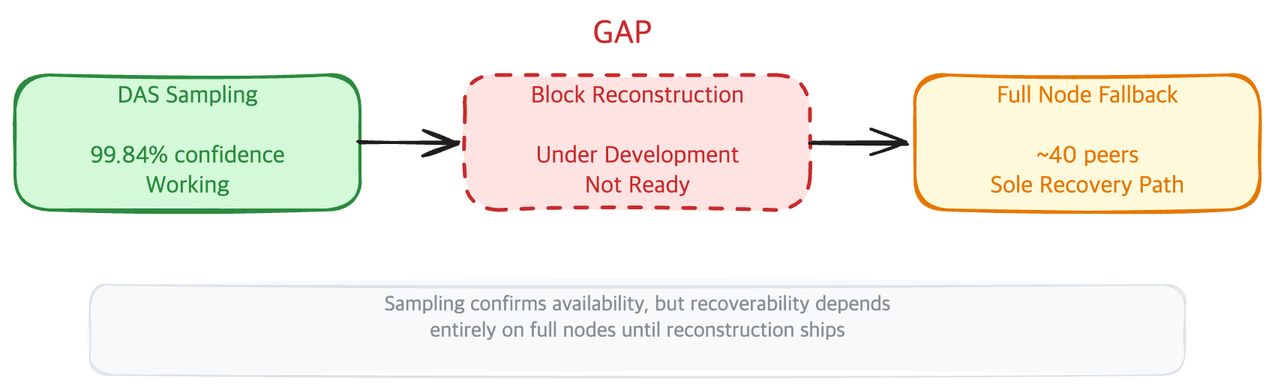
jyo-o/bonda-docs keeps this Excalidraw diagram as avail/assets/avl-p02-das-gap.png. Above is the earlier version. Source tidied: one line per element, renumbered; positions are measured from the earlier drawing's top-left corner, leaving out a move shared by most shapes.
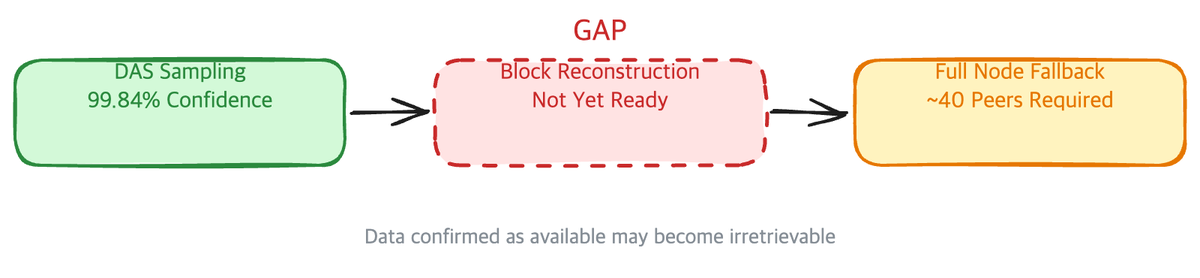
After the commit.

Change to the diagram source:
```diff
@@ -1,11 +1,10 @@
-{"id": 0, "type": "rectangle", "strokeColor": "#2b8a3e", "backgroundColor": "#d3f9d8", "fillStyle": "solid", "strokeWidth": 2, "roughness": 1, "round": true, "x": 0, "y": 40, "width": 230, "height": 90}
-{"id": 1, "type": "text", "text": "DAS Sampling\n\n99.84% confidence\nWorking", "strokeColor": "#2b8a3e", "strokeWidth": 2, "roughness": 1, "fontSize": 16, "fontFamily": 4, "textAlign": "center", "verticalAlign": "middle", "inside": 0, "x": 10, "y": 45, "width": 210, "height": 80}
-{"id": 2, "type": "rectangle", "strokeColor": "#c92a2a", "backgroundColor": "#ffe3e3", "fillStyle": "solid", "strokeWidth": 2, "strokeStyle": "dashed", "roughness": 1, "round": true, "x": 300, "y": 40, "width": 230, "height": 90}
-{"id": 3, "type": "text", "text": "Block Reconstruction\n\nUnder Development\nNot Ready", "strokeColor": "#c92a2a", "strokeWidth": 2, "roughness": 1, "fontSize": 16, "fontFamily": 4, "textAlign": "center", "verticalAlign": "middle", "inside": 2, "x": 310, "y": 45, "width": 210, "height": 80}
-{"id": 4, "type": "rectangle", "strokeColor": "#e67700", "backgroundColor": "#fff9db", "fillStyle": "solid", "strokeWidth": 2, "roughness": 1, "round": true, "x": 600, "y": 40, "width": 230, "height": 90}
-{"id": 5, "type": "text", "text": "Full Node Fallback\n\n~40 peers\nSole Recovery Path", "strokeColor": "#e67700", "strokeWidth": 2, "roughness": 1, "fontSize": 16, "fontFamily": 4, "textAlign": "center", "verticalAlign": "middle", "inside": 4, "x": 610, "y": 45, "width": 210, "height": 80}
-{"id": 6, "type": "arrow", "strokeColor": "#1e1e1e", "strokeWidth": 2, "roughness": 1, "endArrowhead": "arrow", "round": true, "from": 0, "to": 2, "x": 230, "y": 85, "width": 65, "height": 0, "points": [[0, 0], [65, 0]]}
-{"id": 7, "type": "arrow", "strokeColor": "#1e1e1e", "strokeWidth": 2, "roughness": 1, "endArrowhead": "arrow", "round": true, "from": 2, "to": 4, "x": 530, "y": 85, "width": 65, "height": 0, "points": [[0, 0], [65, 0]]}
+{"id": 11, "type": "rectangle", "strokeColor": "#2b8a3e", "backgroundColor": "#d3f9d8", "fillStyle": "solid", "strokeWidth": 2, "roughness": 1, "round": true, "x": 5, "y": 30, "width": 220, "height": 70}
+{"id": 12, "type": "text", "text": "DAS Sampling\n99.84% Confidence", "strokeColor": "#2b8a3e", "strokeWidth": 2, "roughness": 1, "fontSize": 15, "fontFamily": 4, "textAlign": "center", "verticalAlign": "middle", "inside": 11, "x": 5, "y": 30, "width": 220, "height": 70}
+{"id": 13, "type": "rectangle", "strokeColor": "#c92a2a", "backgroundColor": "#ffe3e3", "fillStyle": "solid", "strokeWidth": 2, "strokeStyle": "dashed", "roughness": 1, "round": true, "x": 285, "y": 30, "width": 220, "height": 70}
+{"id": 14, "type": "text", "text": "Block Reconstruction\nNot Yet Ready", "strokeColor": "#c92a2a", "strokeWidth": 2, "roughness": 1, "fontSize": 15, "fontFamily": 4, "textAlign": "center", "verticalAlign": "middle", "inside": 13, "x": 285, "y": 30, "width": 220, "height": 70}
+{"id": 15, "type": "rectangle", "strokeColor": "#e67700", "backgroundColor": "#fff3bf", "fillStyle": "solid", "strokeWidth": 2, "roughness": 1, "round": true, "x": 565, "y": 30, "width": 220, "height": 70}
+{"id": 16, "type": "text", "text": "Full Node Fallback\n~40 Peers Required", "strokeColor": "#e67700", "strokeWidth": 2, "roughness": 1, "fontSize": 15, "fontFamily": 4, "textAlign": "center", "verticalAlign": "middle", "inside": 15, "x": 565, "y": 30, "width": 220, "height": 70}
+{"id": 17, "type": "arrow", "strokeColor": "#1e1e1e", "strokeWidth": 2, "roughness": 1, "endArrowhead": "arrow", "round": true, "from": 11, "to": 13, "x": 230, "y": 65, "width": 50, "height": 0, "points": [[0, 0], [50, 0]]}
+{"id": 18, "type": "arrow", "strokeColor": "#1e1e1e", "strokeWidth": 2, "roughness": 1, "endArrowhead": "arrow", "round": true, "from": 13, "to": 15, "x": 510, "y": 65, "width": 50, "height": 0, "points": [[0, 0], [50, 0]]}
-{"id": 8, "type": "text", "text": "GAP", "strokeColor": "#c92a2a", "strokeWidth": 2, "roughness": 1, "fontSize": 22, "fontFamily": 4, "textAlign": "center", "verticalAlign": "middle", "x": 370, "y": 0, "width": 70, "height": 30}
+{"id": 8, "type": "text", "text": "GAP", "strokeColor": "#c92a2a", "strokeWidth": 2, "roughness": 1, "fontSize": 20, "fontFamily": 4, "textAlign": "center", "verticalAlign": "middle", "x": 370, "y": 0, "width": 50, "height": 25}
-{"id": 9, "type": "rectangle", "strokeColor": "#dee2e6", "backgroundColor": "#f8f9fa", "fillStyle": "solid", "strokeWidth": 1, "roughness": 1, "round": true, "x": 50, "y": 180, "width": 730, "height": 60}
-{"id": 10, "type": "text", "text": "Sampling confirms availability, but recoverability depends\nentirely on full nodes until reconstruction ships", "strokeColor": "#868e96", "strokeWidth": 2, "roughness": 1, "fontSize": 14, "fontFamily": 4, "textAlign": "center", "verticalAlign": "middle", "inside": 9, "x": 60, "y": 185, "width": 710, "height": 50}
+{"id": 19, "type": "text", "text": "Data confirmed as available may become irretrievable", "strokeColor": "#868e96", "strokeWidth": 2, "roughness": 1, "fontSize": 14, "fontFamily": 4, "textAlign": "center", "verticalAlign": "middle", "x": 145, "y": 140, "width": 500, "height": 25}
```
